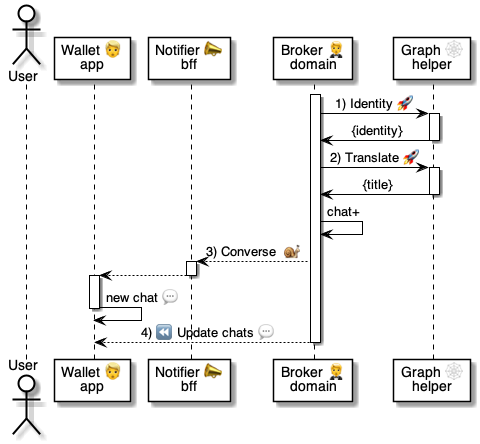
The PlantUML diagram 4 ⚙️ Solution/20 🧑‍🦰 UI/Brokers 🤵/🤵⏩ Broker flows/Converse 🤵⏩💬/🤵 Converse ⚙️ uml.png in pollyweb-org/pollyweb-docs, before a commit. Its source is kept beside it as 4 ⚙️ Solution/20 🧑‍🦰 UI/Brokers 🤵/🤵⏩ Broker flows/Converse 🤵⏩💬/🤵 Converse ⚙️ uml.puml. Source of this version:
```plantuml
@startuml 👉 Host NFC-QR check-in


actor User as user
participant "Wallet 👱\napp" as wallet
participant "Notifier 📣\nbff" as notifier
participant "Broker 🤵\ndomain" as broker
participant "Graph 🕸\nhelper" as graph


activate broker

broker -> graph: 1) Identity 🚀
activate graph
  graph -> broker: {identity}
deactivate graph

broker -> graph: 2) Translate 🚀
activate graph
  graph -> broker: {title}
deactivate graph

broker -> broker: chat+

broker --> notifier: 3) Converse  🐌
activate notifier
  notifier --> wallet
deactivate notifier
activate wallet
  wallet -> wallet: new chat 💬
deactivate wallet


broker --> wallet: 4) ⏪ Update chats 💬
deactivate broker

@enduml
```
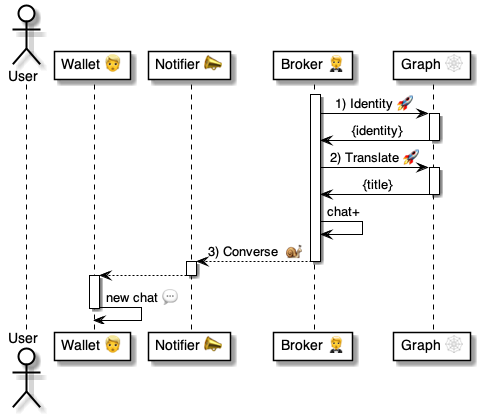
The same file after the commit.

Diff of the diagram source:
```diff
@@ -2,10 +2,10 @@
 
 
 actor User as user
-participant "Wallet 👱\napp" as wallet
-participant "Notifier 📣\nbff" as notifier
-participant "Broker 🤵\ndomain" as broker
-participant "Graph 🕸\nhelper" as graph
+participant "Wallet 👱" as wallet
+participant "Notifier 📣" as notifier
+participant "Broker 🤵" as broker
+participant "Graph 🕸" as graph
 
 
 activate broker
@@ -23,15 +23,16 @@
 broker -> broker: chat+
 
 broker --> notifier: 3) Converse  🐌
+deactivate broker
+
 activate notifier
   notifier --> wallet
 deactivate notifier
+
+
 activate wallet
   wallet -> wallet: new chat 💬
 deactivate wallet
 
 
-broker --> wallet: 4) ⏪ Update chats 💬
-deactivate broker
-
 @enduml
```
